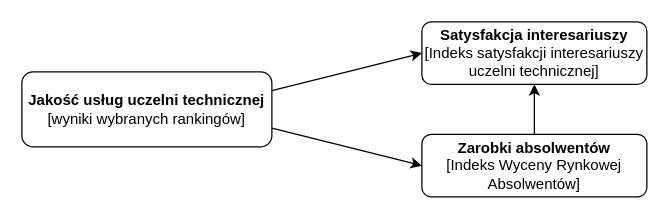
Before: pomocnicze/robocze/Model relacji między jakością uczelni technicznej a satysfakcją intersariuszy.drawio in JeanPaulSzefler/doktorat_git, a draw.io diagram. Source tidied: cells renumbered, new cells numbered last; positions are measured from the earlier drawing's top-left corner, leaving out a move shared by most shapes. Both pictures are drawn from the tidied source at 125%, with x=0, y=0 at pixel (21, 21).
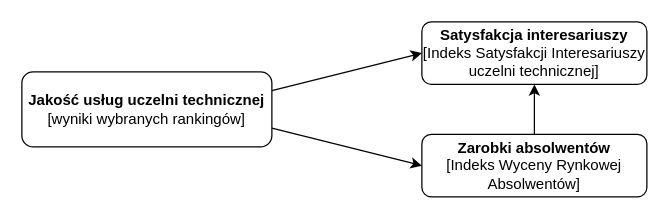
The same diagram, later.

Change to the diagram source:
```diff
@@
 <mxGraphModel>
   <root>
     <mxCell id="0" />
     <mxCell id="1" parent="0" />
     <mxCell id="2" style="rounded=0;jettySize=auto;html=1;exitX=1;exitY=0.25;exitDx=0;exitDy=0;entryX=0;entryY=0.5;entryDx=0;entryDy=0;" parent="1" edge="1" source="4" target="7">
       <mxGeometry relative="1" as="geometry" />
     </mxCell>
     <mxCell id="3" style="rounded=0;jettySize=auto;html=1;exitX=1;exitY=0.75;exitDx=0;exitDy=0;entryX=0;entryY=0.5;entryDx=0;entryDy=0;" parent="1" edge="1" source="4" target="6">
       <mxGeometry relative="1" as="geometry" />
     </mxCell>
     <mxCell id="4" value="&lt;b&gt;Jakość usług&amp;nbsp;&lt;/b&gt;&lt;b&gt;uczelni technicznej &lt;/b&gt;&lt;br&gt;[wyniki wybranych rankingów]" style="rounded=1;whiteSpace=wrap;html=1;" parent="1" vertex="1">
       <mxGeometry y="40" width="200" height="60" as="geometry" />
     </mxCell>
     <mxCell id="5" style="edgeStyle=orthogonalEdgeStyle;rounded=0;jettySize=auto;html=1;exitX=0.5;exitY=0;exitDx=0;exitDy=0;entryX=0.5;entryY=1;entryDx=0;entryDy=0;" parent="1" edge="1" source="6" target="7">
       <mxGeometry relative="1" as="geometry" />
     </mxCell>
     <mxCell id="6" value="&lt;b&gt;Zarobki absolwentów&lt;/b&gt;&lt;br&gt;[Indeks Wyceny Rynkowej Absolwentów]" style="rounded=1;whiteSpace=wrap;html=1;" parent="1" vertex="1">
       <mxGeometry x="320" y="90" width="180" height="50" as="geometry" />
     </mxCell>
-    <mxCell id="7" value="&lt;b&gt;Satysfakcja interesariuszy&lt;/b&gt;&lt;br&gt;[Indeks satysfakcji interesariuszy uczelni technicznej]" style="rounded=1;whiteSpace=wrap;html=1;" parent="1" vertex="1">
+    <mxCell id="7" value="&lt;b&gt;Satysfakcja interesariuszy&lt;/b&gt;&lt;br&gt;[Indeks Satysfakcji Interesariuszy uczelni technicznej]" style="rounded=1;whiteSpace=wrap;html=1;" parent="1" vertex="1">
       <mxGeometry x="320" width="180" height="50" as="geometry" />
     </mxCell>
   </root>
 </mxGraphModel>
```
